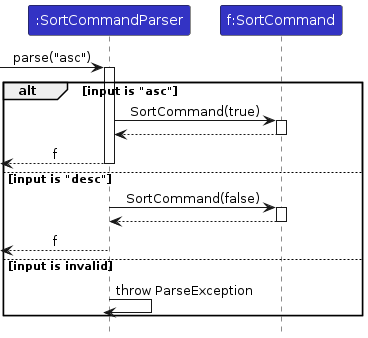
Before: diagrams/SortCommandParser.png, a diagram exported from PlantUML (AY2425S2-CS2103-F09-3/tp). Its source is kept beside it as diagrams/SortCommandParser.puml.
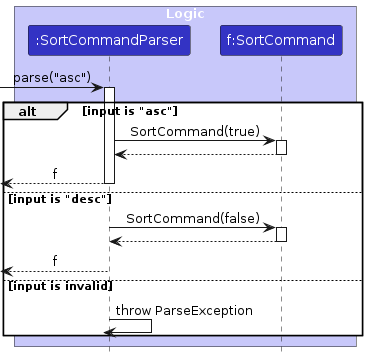
After the commit.

What changed in the source:
```diff
@@ -2,8 +2,10 @@
 !include style.puml
 skinparam ArrowFontStyle plain
 
+box "Logic" LOGIC_COLOR_T1
 participant ":SortCommandParser" as SortParser LOGIC_COLOR
 participant "f:SortCommand" as Sort LOGIC_COLOR
+end box
 
 -> SortParser: parse("asc")
 activate SortParser
```
